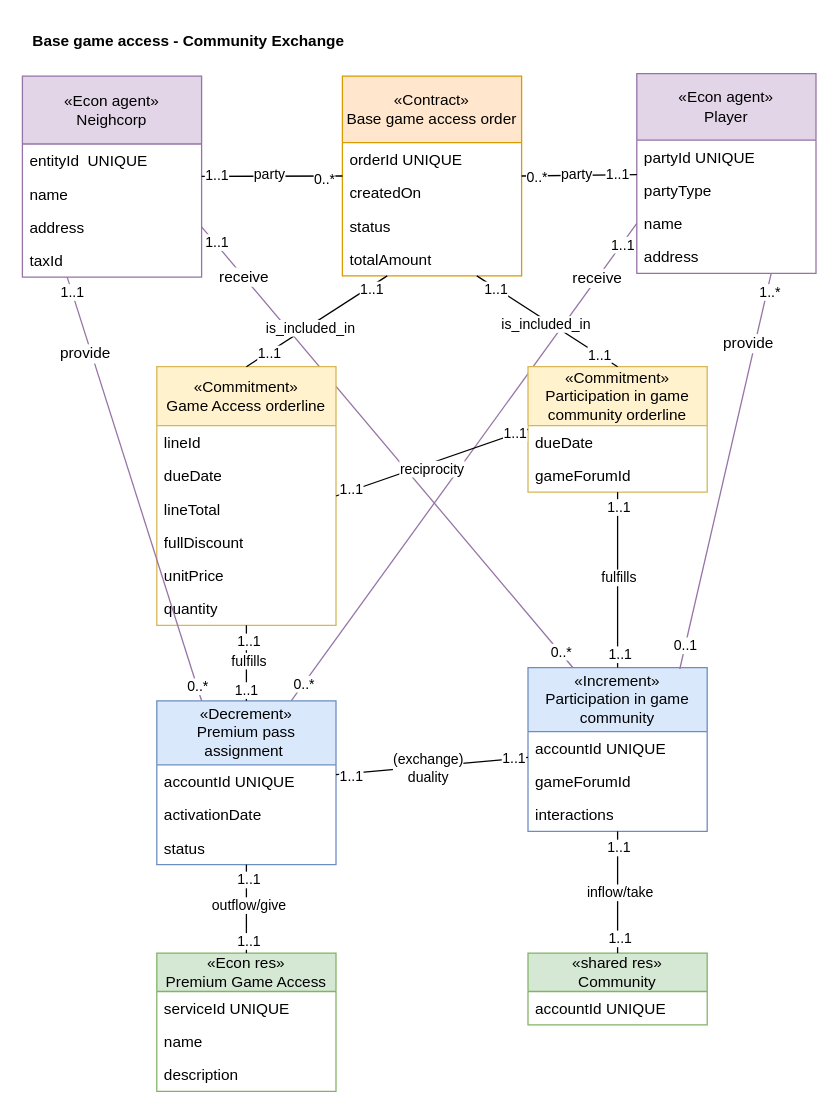
Earlier version of the draw.io diagram page "Base Game Access Exchange" (7 of 10) of media/IS1_Project_REA.drawio (tudwiglemmel/Neigh-Corp---Golden-Meadows). Source tidied: cells renumbered, new cells numbered last; positions are measured from the earlier drawing's top-left corner, leaving out a move shared by most shapes. Both pictures are drawn from the tidied source at 128%, with x=0, y=0 at pixel (22, 22).
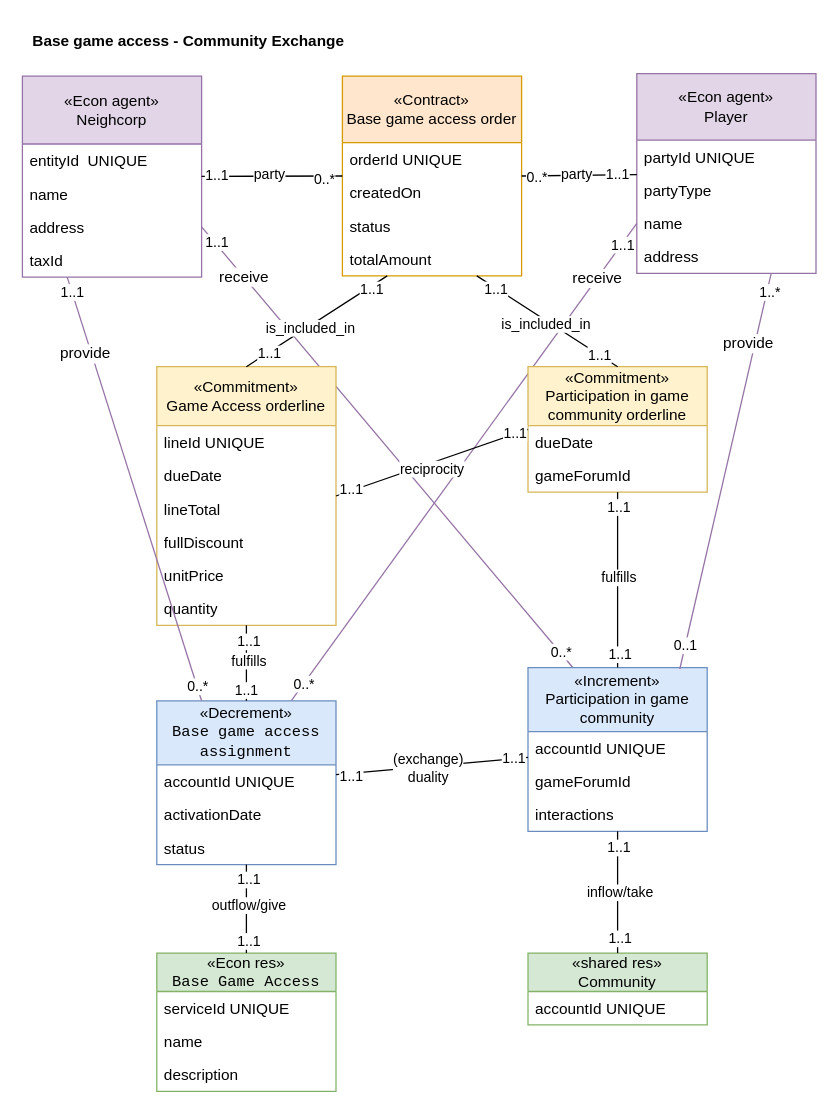
The same page after the edit.

The change refers to these unchanged cells:
```xml
<mxCell id="31" value="«Commitment»&lt;div&gt;Game Access orderline&lt;/div&gt;" style="whiteSpace=wrap;html=1;fillColor=#fff2cc;strokeColor=#d6b656;shape=swimlane;fontStyle=0;startSize=46;horizontal=1;align=center;verticalAlign=middle;fontFamily=Helvetica;fontSize=12;fontColor=default;" parent="1" vertex="1">
  <mxGeometry x="105" y="269" width="140" height="202" as="geometry" />
</mxCell>
```

Change to the diagram source:
```diff
@@
-    <mxCell id="32" value="lineId" style="text;strokeColor=none;fillColor=none;align=left;verticalAlign=top;spacingLeft=4;spacingRight=4;overflow=hidden;whiteSpace=wrap;html=1;" parent="31" vertex="1">
+    <mxCell id="32" value="lineId UNIQUE" style="text;strokeColor=none;fillColor=none;align=left;verticalAlign=top;spacingLeft=4;spacingRight=4;overflow=hidden;whiteSpace=wrap;html=1;" parent="31" vertex="1">
       <mxGeometry y="46" width="140" height="26" as="geometry" />
     </mxCell>
@@
-    <mxCell id="49" value="«Decrement»&lt;div&gt;Premium pass assignment&amp;nbsp;&lt;/div&gt;" style="whiteSpace=wrap;html=1;fillColor=#dae8fc;strokeColor=#6c8ebf;shape=swimlane;fontStyle=0;startSize=50;horizontal=1;align=center;verticalAlign=middle;fontFamily=Helvetica;fontSize=12;fontColor=default;" parent="1" vertex="1">
+    <mxCell id="49" value="«Decrement»&lt;div&gt;&lt;code&gt;Base game access assignment&lt;/code&gt;&lt;/div&gt;" style="whiteSpace=wrap;html=1;fillColor=#dae8fc;strokeColor=#6c8ebf;shape=swimlane;fontStyle=0;startSize=50;horizontal=1;align=center;verticalAlign=middle;fontFamily=Helvetica;fontSize=12;fontColor=default;" parent="1" vertex="1">
       <mxGeometry x="105" y="530" width="140" height="128" as="geometry" />
     </mxCell>
@@
-    <mxCell id="65" value="«Econ res»&lt;div&gt;Premium Game Access&lt;/div&gt;" style="whiteSpace=wrap;html=1;fillColor=#d5e8d4;strokeColor=#82b366;shape=swimlane;fontStyle=0;startSize=30;horizontal=1;align=center;verticalAlign=middle;fontFamily=Helvetica;fontSize=12;fontColor=default;swimlaneLine=1;" parent="1" vertex="1">
+    <mxCell id="65" value="«Econ res»&lt;div&gt;&lt;code&gt;Base Game Access&lt;/code&gt;&lt;/div&gt;" style="whiteSpace=wrap;html=1;fillColor=#d5e8d4;strokeColor=#82b366;shape=swimlane;fontStyle=0;startSize=30;horizontal=1;align=center;verticalAlign=middle;fontFamily=Helvetica;fontSize=12;fontColor=default;swimlaneLine=1;" parent="1" vertex="1">
       <mxGeometry x="105" y="727.1" width="140" height="108" as="geometry" />
     </mxCell>
```
